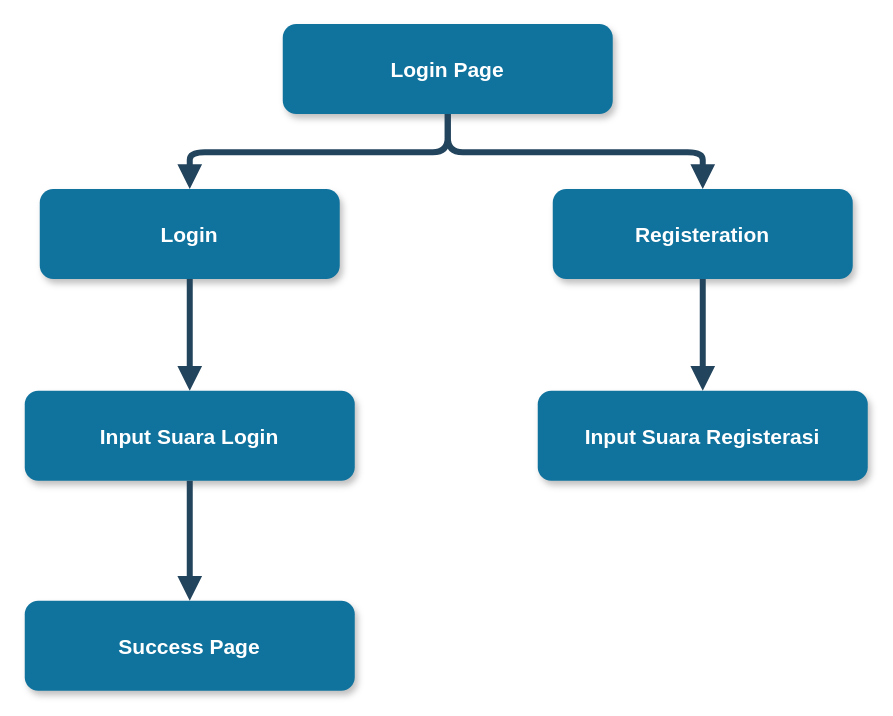
The draw.io diagram Hierarki.drawio in karageee/Login-system-and-gmm-voice-auth, before the edit. Source tidied: cells renumbered, new cells numbered last; positions are measured from the earlier drawing's top-left corner, leaving out a move shared by most shapes. Both pictures are drawn from the tidied source at 150%, with x=0, y=0 at pixel (24, 24).
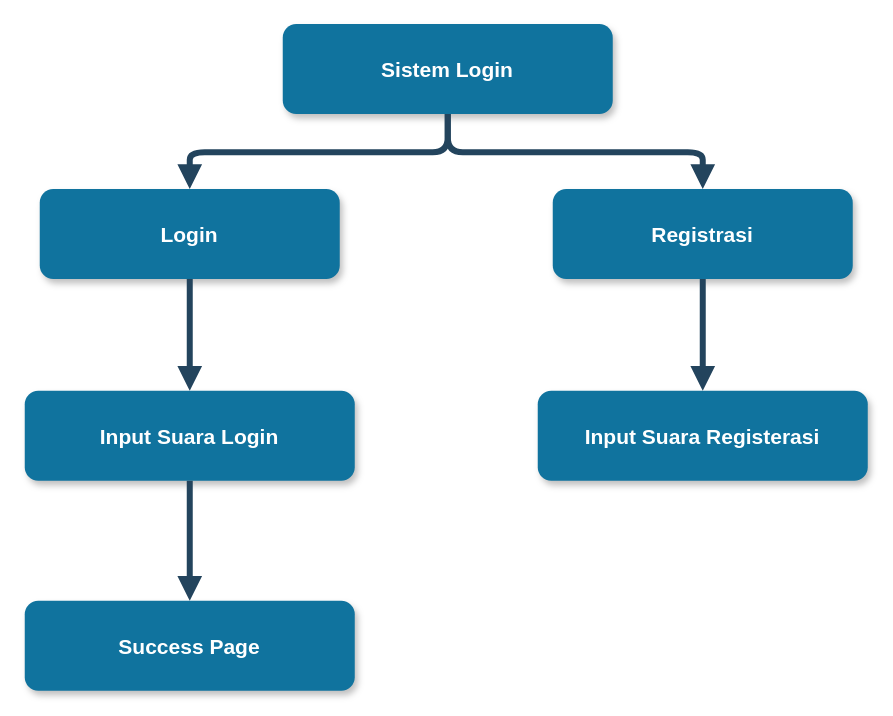
The same page after the edit.

Change to the diagram source:
```diff
@@
 <mxGraphModel background="#ffffff">
   <root>
     <mxCell id="0" />
     <mxCell id="1" parent="0" />
-    <mxCell id="2" value="Login Page" style="rounded=1;fillColor=#10739E;strokeColor=none;shadow=1;gradientColor=none;fontStyle=1;fontColor=#FFFFFF;fontSize=14;" parent="1" vertex="1">
+    <mxCell id="2" value="Sistem Login" style="rounded=1;fillColor=#10739E;strokeColor=none;shadow=1;gradientColor=none;fontStyle=1;fontColor=#FFFFFF;fontSize=14;" parent="1" vertex="1">
       <mxGeometry x="172" y="-0.5" width="220" height="60" as="geometry" />
     </mxCell>
     <mxCell id="3" value="Login" style="rounded=1;fillColor=#10739E;strokeColor=none;shadow=1;gradientColor=none;fontStyle=1;fontColor=#FFFFFF;fontSize=14;" parent="1" vertex="1">
       <mxGeometry x="10" y="109.5" width="200" height="60" as="geometry" />
     </mxCell>
-    <mxCell id="4" value="Registeration" style="rounded=1;fillColor=#10739E;strokeColor=none;shadow=1;gradientColor=none;fontStyle=1;fontColor=#FFFFFF;fontSize=14;" parent="1" vertex="1">
+    <mxCell id="4" value="Registrasi" style="rounded=1;fillColor=#10739E;strokeColor=none;shadow=1;gradientColor=none;fontStyle=1;fontColor=#FFFFFF;fontSize=14;" parent="1" vertex="1">
       <mxGeometry x="352" y="109.5" width="200" height="60" as="geometry" />
     </mxCell>
     <mxCell id="5" style="edgeStyle=elbowEdgeStyle;elbow=vertical;strokeWidth=4;endArrow=block;endFill=1;fontStyle=1;strokeColor=#23445D;" parent="1" edge="1" source="2" target="3">
       <mxGeometry x="22" y="165.5" as="geometry" />
     </mxCell>
     <mxCell id="6" style="edgeStyle=elbowEdgeStyle;elbow=vertical;strokeWidth=4;endArrow=block;endFill=1;fontStyle=1;strokeColor=#23445D;" parent="1" edge="1" source="2" target="4">
       <mxGeometry x="22" y="165.5" as="geometry" />
     </mxCell>
     <mxCell id="7" style="edgeStyle=elbowEdgeStyle;elbow=vertical;strokeWidth=4;endArrow=block;endFill=1;fontStyle=1;strokeColor=#23445D;exitX=0.5;exitY=1;exitDx=0;exitDy=0;entryX=0.5;entryY=0;entryDx=0;entryDy=0;" parent="1" edge="1" source="3" target="8">
       <mxGeometry x="31.5" y="245.5" as="geometry" />
     </mxCell>
     <mxCell id="8" value="Input Suara Login" style="rounded=1;fillColor=#10739E;strokeColor=none;shadow=1;gradientColor=none;fontStyle=1;fontColor=#FFFFFF;fontSize=14;" parent="1" vertex="1">
       <mxGeometry y="244" width="220" height="60" as="geometry" />
     </mxCell>
     <mxCell id="9" value="Input Suara Registerasi" style="rounded=1;fillColor=#10739E;strokeColor=none;shadow=1;gradientColor=none;fontStyle=1;fontColor=#FFFFFF;fontSize=14;" parent="1" vertex="1">
       <mxGeometry x="342" y="244" width="220" height="60" as="geometry" />
     </mxCell>
     <mxCell id="10" style="edgeStyle=elbowEdgeStyle;elbow=vertical;strokeWidth=4;endArrow=block;endFill=1;fontStyle=1;strokeColor=#23445D;exitX=0.5;exitY=1;exitDx=0;exitDy=0;entryX=0.5;entryY=0;entryDx=0;entryDy=0;" parent="1" edge="1" source="4" target="9">
       <mxGeometry x="41.5" y="255.5" as="geometry" />
     </mxCell>
     <mxCell id="11" value="Success Page" style="rounded=1;fillColor=#10739E;strokeColor=none;shadow=1;gradientColor=none;fontStyle=1;fontColor=#FFFFFF;fontSize=14;" parent="1" vertex="1">
       <mxGeometry y="384" width="220" height="60" as="geometry" />
     </mxCell>
     <mxCell id="12" style="edgeStyle=elbowEdgeStyle;elbow=vertical;strokeWidth=4;endArrow=block;endFill=1;fontStyle=1;strokeColor=#23445D;entryX=0.5;entryY=0;entryDx=0;entryDy=0;exitX=0.5;exitY=1;exitDx=0;exitDy=0;" parent="1" edge="1" source="8" target="11">
       <mxGeometry x="31" y="380" as="geometry" />
     </mxCell>
   </root>
 </mxGraphModel>
```
